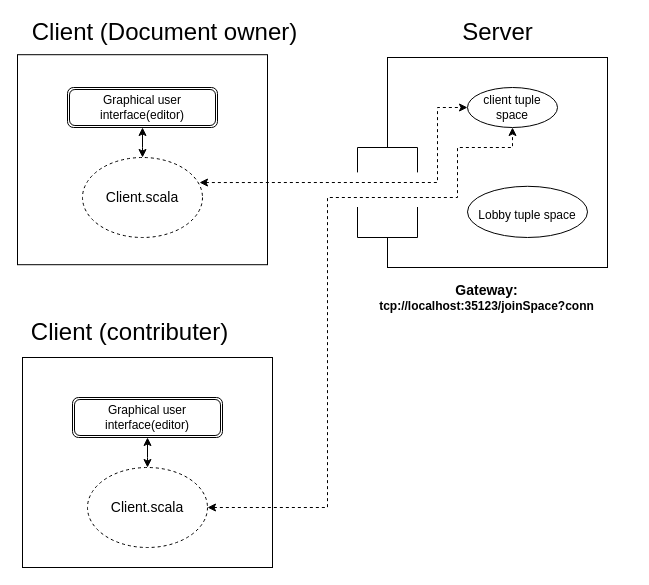
Before: Program overview.drawio in HLLissau/Mandelbroth, a draw.io diagram. Source tidied: cells renumbered, new cells numbered last; positions are measured from the earlier drawing's top-left corner, leaving out a move shared by most shapes. Both pictures are drawn from the tidied source at 100%, with x=0, y=0 at pixel (17, 17).
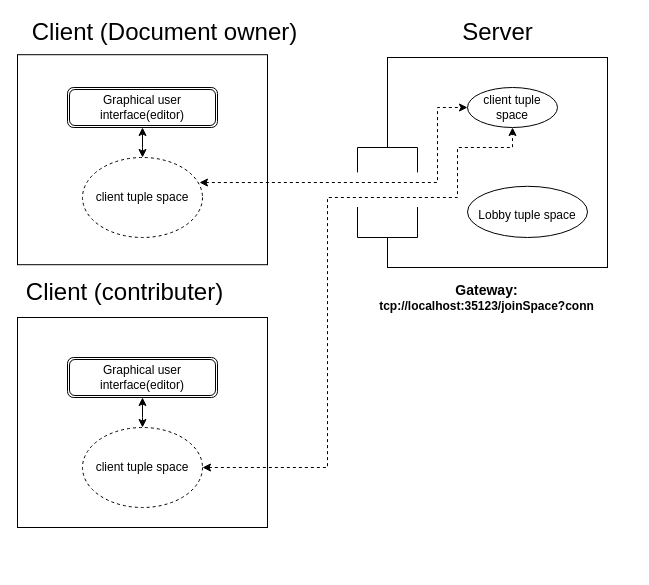
The same page after the edit.

Unchanged cells that the change refers to:
```xml
<mxCell id="9" value="&lt;div style=&quot;font-size: 12px&quot;&gt;client tuple space&lt;/div&gt;" style="ellipse;whiteSpace=wrap;html=1;fontSize=24;" parent="1" vertex="1">
  <mxGeometry x="450" y="70" width="90" height="40" as="geometry" />
</mxCell>
```

Change to the diagram source:
```diff
@@
     <mxCell id="2" style="rounded=0;whiteSpace=wrap;html=1;" parent="1" vertex="1">
-      <mxGeometry x="5" y="340" width="250" height="210" as="geometry" />
+      <mxGeometry y="300" width="250" height="210" as="geometry" />
     </mxCell>
@@
     <mxCell id="7" value="&lt;div style=&quot;font-size: 24px&quot;&gt;&lt;font style=&quot;font-size: 24px&quot;&gt;Client (contributer) &lt;br&gt;&lt;/font&gt;&lt;/div&gt;" style="text;html=1;strokeColor=none;fillColor=none;align=center;verticalAlign=middle;whiteSpace=wrap;rounded=0;" parent="1" vertex="1">
-      <mxGeometry x="5" y="300" width="215" height="30" as="geometry" />
+      <mxGeometry y="260" width="215" height="30" as="geometry" />
     </mxCell>
@@
     <mxCell id="12" style="edgeStyle=orthogonalEdgeStyle;rounded=0;jettySize=auto;html=1;entryX=0.5;entryY=0;entryDx=0;entryDy=0;fontSize=12;startArrow=classic;startFill=1;" parent="1" edge="1" source="13">
       <mxGeometry relative="1" as="geometry">
-        <mxPoint x="130" y="450" as="targetPoint" />
+        <mxPoint x="125" y="410" as="targetPoint" />
       </mxGeometry>
     </mxCell>
     <mxCell id="13" value="&lt;div&gt;Graphical user interface(editor)&lt;/div&gt;" style="shape=ext;double=1;rounded=1;whiteSpace=wrap;html=1;fontSize=12;" parent="1" vertex="1">
-      <mxGeometry x="55" y="380" width="150" height="40" as="geometry" />
+      <mxGeometry x="50" y="340" width="150" height="40" as="geometry" />
     </mxCell>
@@
     <mxCell id="17" style="edgeStyle=orthogonalEdgeStyle;rounded=0;jettySize=auto;html=1;fontSize=12;startArrow=classic;startFill=1;entryX=0.5;entryY=1;entryDx=0;entryDy=0;exitX=1;exitY=0.5;exitDx=0;exitDy=0;dashed=1;" parent="1" edge="1" source="21" target="9">
       <mxGeometry relative="1" as="geometry">
         <Array as="points">
-          <mxPoint x="310" y="490" />
+          <mxPoint x="310" y="450" />
           <mxPoint x="310" y="180" />
           <mxPoint x="440" y="180" />
           <mxPoint x="440" y="130" />
           <mxPoint x="495" y="130" />
         </Array>
       </mxGeometry>
     </mxCell>
@@
-    <mxCell id="20" value="Client.scala" style="ellipse;whiteSpace=wrap;html=1;fontSize=14;strokeColor=#000000;fillColor=none;dashed=1;" parent="1" vertex="1">
+    <mxCell id="20" value="&lt;div style=&quot;font-size: 12px&quot;&gt;client tuple space&lt;/div&gt;" style="ellipse;whiteSpace=wrap;html=1;fontSize=14;strokeColor=#000000;fillColor=none;dashed=1;" parent="1" vertex="1">
       <mxGeometry x="65" y="140" width="120" height="80" as="geometry" />
     </mxCell>
-    <mxCell id="21" value="Client.scala" style="ellipse;whiteSpace=wrap;html=1;fontSize=14;strokeColor=#000000;fillColor=none;dashed=1;" parent="1" vertex="1">
-      <mxGeometry x="70" y="450" width="120" height="80" as="geometry" />
+    <mxCell id="21" value="&lt;div style=&quot;font-size: 12px&quot;&gt;client tuple space&lt;/div&gt;" style="ellipse;whiteSpace=wrap;html=1;fontSize=14;strokeColor=#000000;fillColor=none;dashed=1;" parent="1" vertex="1">
+      <mxGeometry x="65" y="410" width="120" height="80" as="geometry" />
     </mxCell>
```
